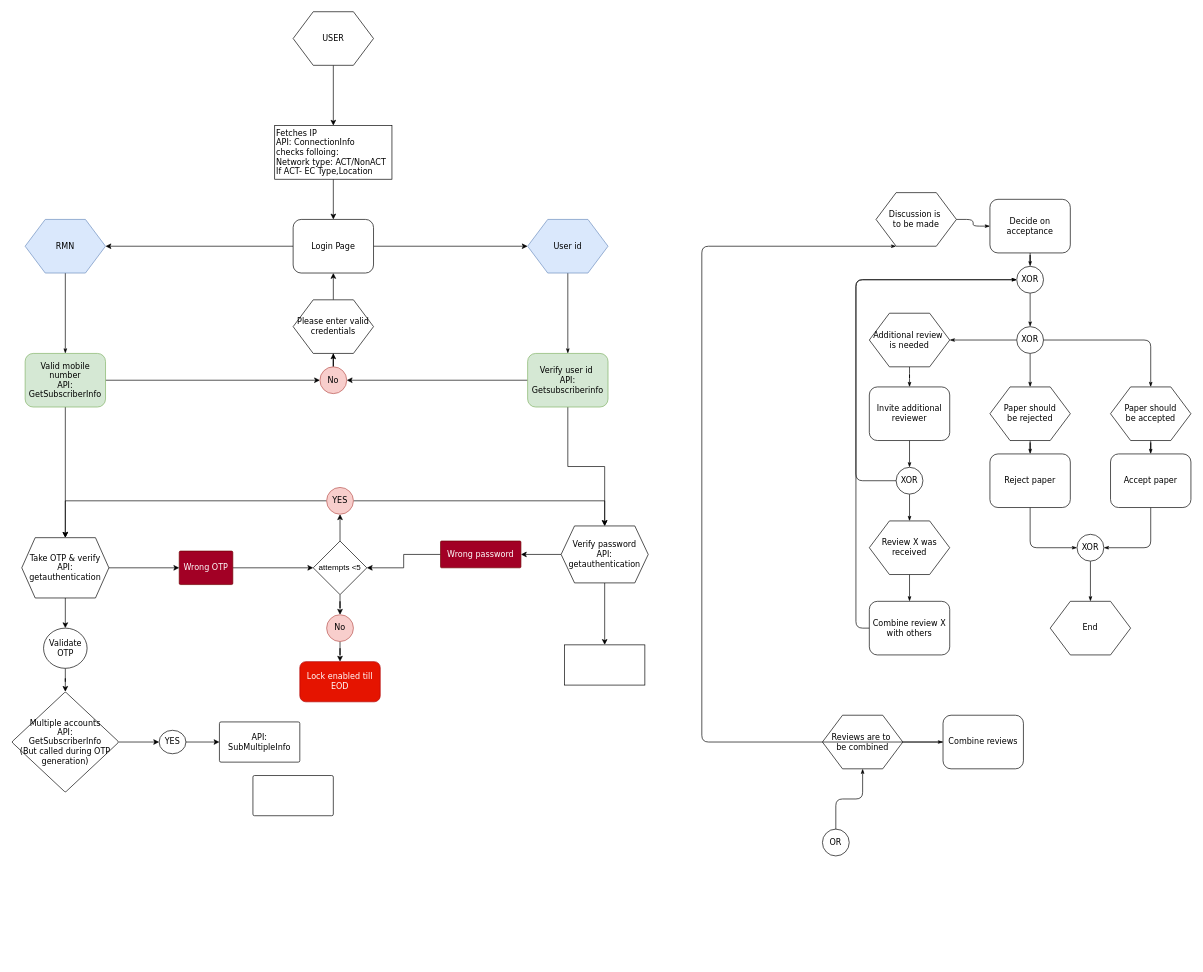
The draw.io diagram Untitled Diagram.drawio in jkssuryarao/jkssuryarao.github.io, before the edit. Source tidied: cells renumbered, new cells numbered last; positions are measured from the earlier drawing's top-left corner, leaving out a move shared by most shapes. Both pictures are drawn from the tidied source at 67%, with x=0, y=0 at pixel (11, 11).
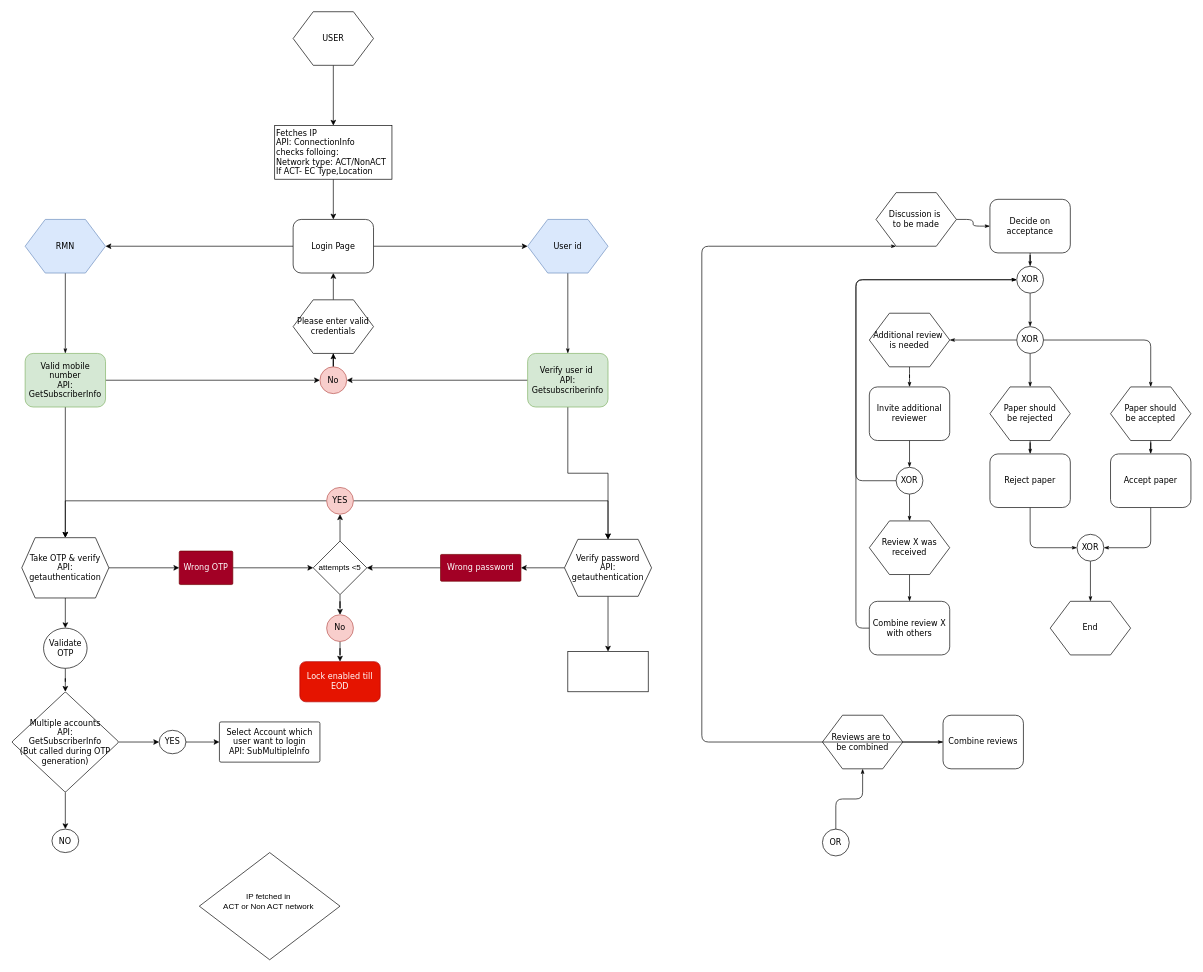
Above is the later version.

Unchanged cells that the change refers to:
```xml
<mxCell id="73" value="Multiple accounts&lt;div&gt;API:&lt;/div&gt;&lt;div&gt;GetSubscriberInfo&lt;/div&gt;&lt;div&gt;(But called during OTP generation)&lt;/div&gt;" style="rhombus;whiteSpace=wrap;html=1;fontFamily=Verdana;rounded=1;shadow=0;labelBackgroundColor=none;strokeWidth=1;arcSize=4;" parent="1" vertex="1">
  <mxGeometry y="1015" width="160" height="150" as="geometry" />
</mxCell>
```

What changed in the source:
```diff
@@
     <mxCell id="71" value="Wrong password" style="rounded=1;whiteSpace=wrap;html=1;shadow=0;labelBackgroundColor=none;strokeWidth=1;fontFamily=Verdana;fontSize=12;align=center;arcSize=4;fillColor=#a20025;fontColor=#ffffff;strokeColor=#6F0000;" parent="1" vertex="1">
-      <mxGeometry x="640" y="790" width="120" height="40" as="geometry" />
+      <mxGeometry x="640" y="810" width="120" height="40" as="geometry" />
     </mxCell>
@@
+    <mxCell id="89" style="edgeStyle=orthogonalEdgeStyle;rounded=0;jettySize=auto;html=1;" parent="1" edge="1" source="73" target="90">
+      <mxGeometry relative="1" as="geometry" />
+    </mxCell>
@@
-    <mxCell id="76" value="API: SubMultipleInfo" style="whiteSpace=wrap;html=1;fontFamily=Verdana;rounded=1;shadow=0;labelBackgroundColor=none;strokeWidth=1;arcSize=4;" parent="1" vertex="1">
-      <mxGeometry x="310" y="1060" width="120" height="60" as="geometry" />
+    <mxCell id="76" value="Select Account which user want to login&lt;br&gt;API: SubMultipleInfo" style="whiteSpace=wrap;html=1;fontFamily=Verdana;rounded=1;shadow=0;labelBackgroundColor=none;strokeWidth=1;arcSize=4;" parent="1" vertex="1">
+      <mxGeometry x="310" y="1060" width="150" height="60" as="geometry" />
     </mxCell>
-    <mxCell id="77" style="whiteSpace=wrap;html=1;fontFamily=Verdana;rounded=1;shadow=0;labelBackgroundColor=none;strokeWidth=1;arcSize=4;" parent="1" vertex="1">
-      <mxGeometry x="360" y="1140" width="120" height="60" as="geometry" />
-    </mxCell>
@@
     <mxCell id="85" value="&lt;span style=&quot;font-family: Verdana;&quot;&gt;Verify password&lt;/span&gt;&lt;div style=&quot;font-family: Verdana;&quot;&gt;API: getauthentication&lt;/div&gt;" style="shape=hexagon;perimeter=hexagonPerimeter2;whiteSpace=wrap;html=1;fixedSize=1;" parent="1" vertex="1">
-      <mxGeometry x="820" y="767.5" width="130" height="85" as="geometry" />
+      <mxGeometry x="825" y="787.5" width="130" height="85" as="geometry" />
     </mxCell>
@@
     <mxCell id="88" style="whiteSpace=wrap;html=1;" parent="1" vertex="1">
-      <mxGeometry x="825" y="945" width="120" height="60" as="geometry" />
+      <mxGeometry x="830" y="955" width="120" height="60" as="geometry" />
     </mxCell>
+    <mxCell id="90" value="NO" style="ellipse;whiteSpace=wrap;html=1;fontFamily=Verdana;rounded=1;shadow=0;labelBackgroundColor=none;strokeWidth=1;arcSize=4;" parent="1" vertex="1">
+      <mxGeometry x="60" y="1220" width="40" height="35" as="geometry" />
+    </mxCell>
+    <mxCell id="91" value="IP fetched in&amp;nbsp;&lt;div&gt;ACT or Non ACT network&amp;nbsp;&lt;/div&gt;&lt;div&gt;&lt;br&gt;&lt;/div&gt;" style="rhombus;whiteSpace=wrap;html=1;" parent="1" vertex="1">
+      <mxGeometry x="280" y="1255" width="210" height="160" as="geometry" />
+    </mxCell>
```
